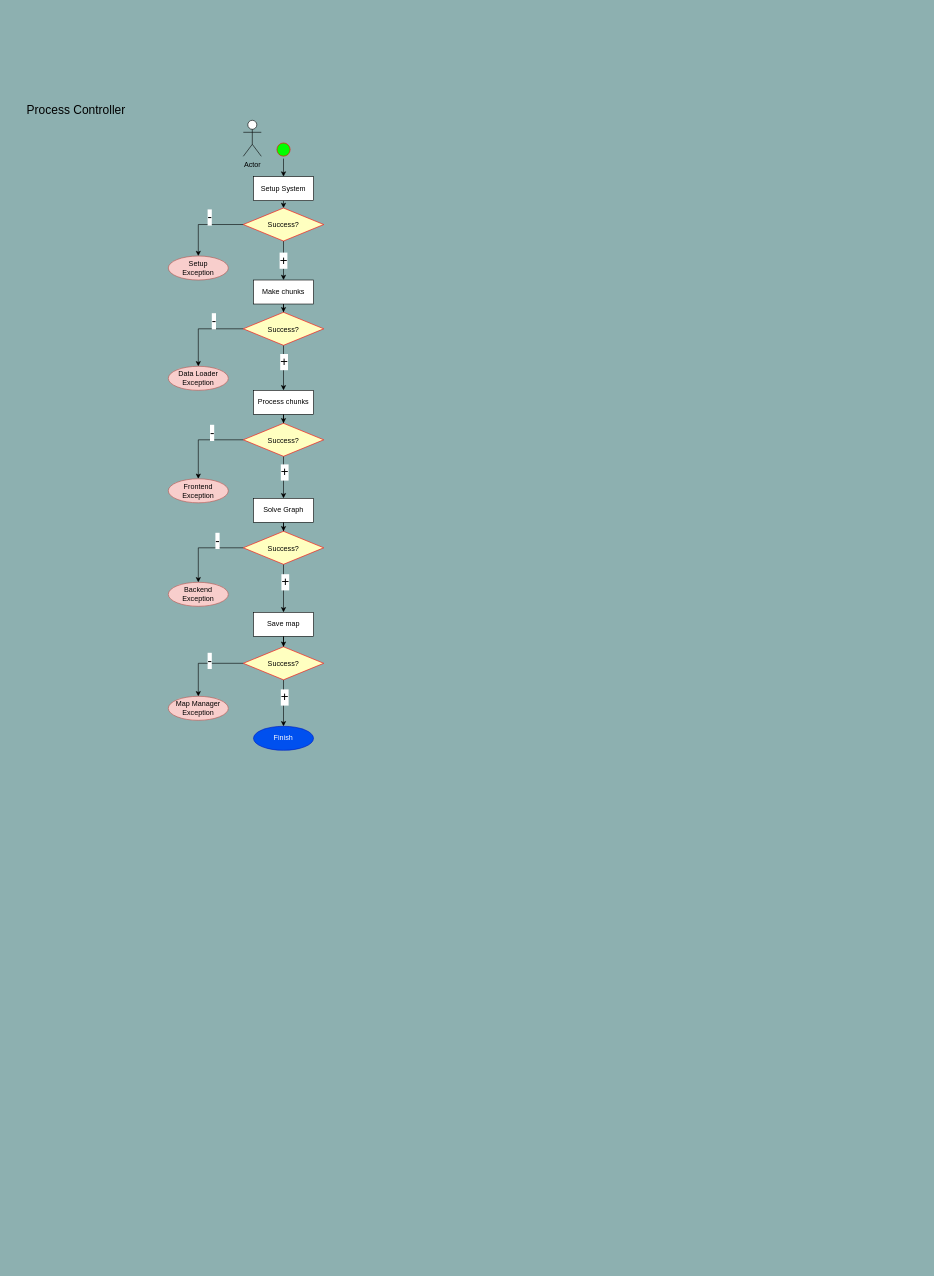
Before: diagrams/MainManager/ProcessController.drawio in fatrybl/ModuSLAM, a draw.io diagram. Source tidied: cells renumbered, new cells numbered last; positions are measured from the earlier drawing's top-left corner, leaving out a move shared by most shapes. Both pictures are drawn from the tidied source at 60%, with x=0, y=0 at pixel (21, 98).
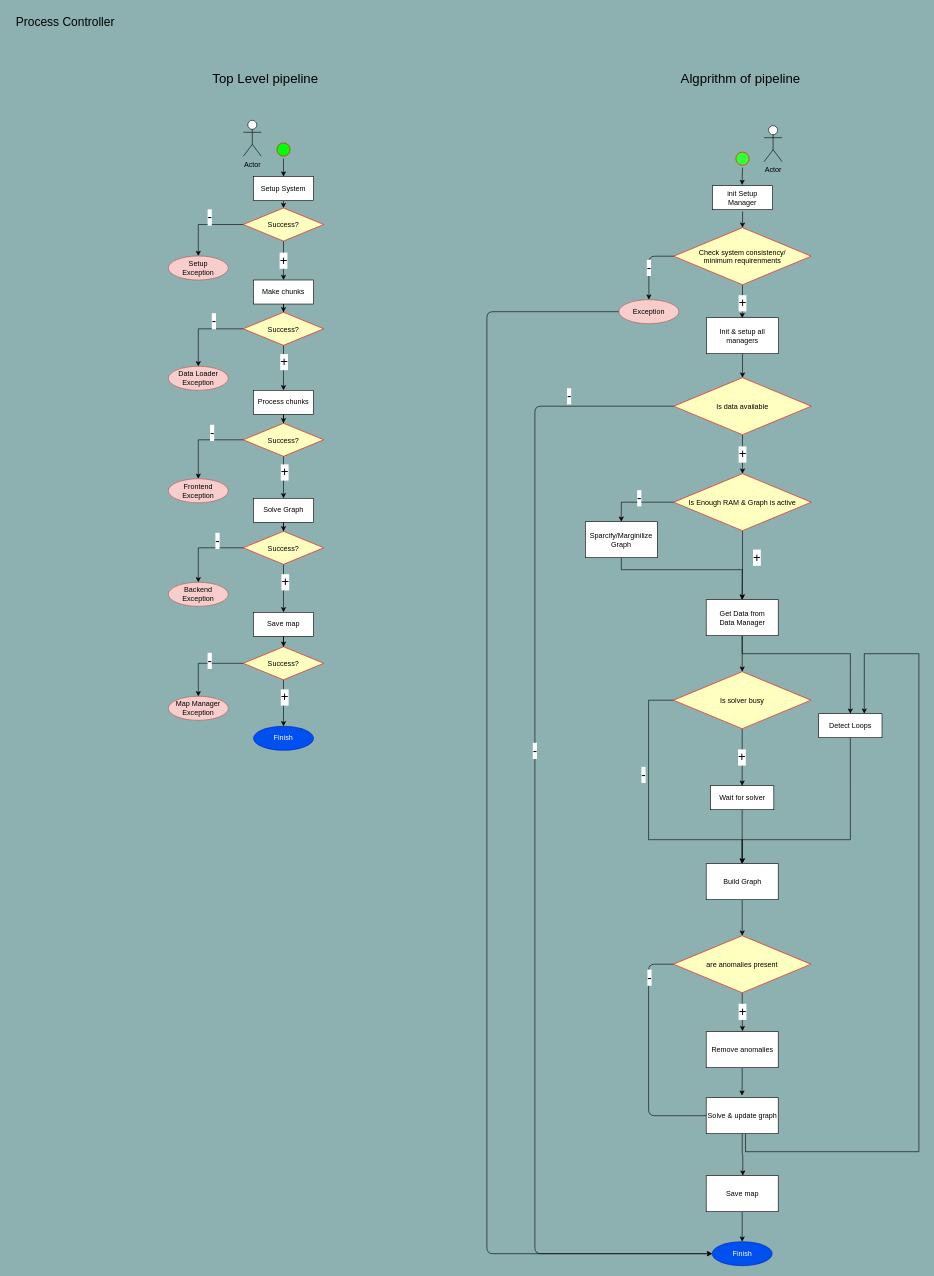
Above is the later version.

The edit, as a diff of the source:
```diff
@@
     <mxCell id="45" value="&lt;font style=&quot;font-size: 20px;&quot;&gt;Process Controller&lt;/font&gt;" style="text;html=1;strokeColor=none;fillColor=none;align=center;verticalAlign=middle;whiteSpace=wrap;rounded=0;" parent="1" vertex="1">
-      <mxGeometry width="183" height="37" as="geometry" />
+      <mxGeometry x="-18" y="-146" width="183" height="37" as="geometry" />
     </mxCell>
+    <mxCell id="46" style="edgeStyle=orthogonalEdgeStyle;jettySize=auto;html=1;exitX=0.5;exitY=1;exitDx=0;exitDy=0;entryX=0.496;entryY=0.012;entryDx=0;entryDy=0;entryPerimeter=0;" parent="1" edge="1" source="50" target="59">
+      <mxGeometry relative="1" as="geometry" />
+    </mxCell>
+    <mxCell id="47" value="&lt;font style=&quot;font-size: 22px;&quot;&gt;+&lt;/font&gt;" style="edgeLabel;html=1;align=center;verticalAlign=middle;" parent="46" vertex="1">
+      <mxGeometry x="0.09" relative="1" as="geometry" />
+    </mxCell>
+    <mxCell id="48" style="edgeStyle=orthogonalEdgeStyle;jettySize=auto;html=1;exitX=0;exitY=0.5;exitDx=0;exitDy=0;entryX=0.5;entryY=0;entryDx=0;entryDy=0;" parent="1" edge="1" source="50" target="56">
+      <mxGeometry relative="1" as="geometry" />
+    </mxCell>
+    <mxCell id="49" value="&lt;font style=&quot;font-size: 22px;&quot;&gt;-&lt;/font&gt;" style="edgeLabel;html=1;align=center;verticalAlign=middle;" parent="48" vertex="1">
+      <mxGeometry x="0.06" y="-1" relative="1" as="geometry" />
+    </mxCell>
+    <mxCell id="50" value="Check system consistency/&#10;minimum requirenments" style="rhombus;fillColor=#ffffc0;strokeColor=#ff0000;" parent="1" vertex="1">
+      <mxGeometry x="1087.5" y="216" width="229" height="95" as="geometry" />
+    </mxCell>
+    <mxCell id="51" style="edgeStyle=orthogonalEdgeStyle;jettySize=auto;html=1;exitX=0.5;exitY=1;exitDx=0;exitDy=0;entryX=0.493;entryY=-0.028;entryDx=0;entryDy=0;entryPerimeter=0;" parent="1" edge="1" source="52" target="54">
+      <mxGeometry relative="1" as="geometry" />
+    </mxCell>
+    <mxCell id="52" style="ellipse;shape=startState;fillColor=#33FF33;strokeColor=#ff0000;fontColor=#000000;" parent="1" vertex="1">
+      <mxGeometry x="1187" y="86" width="30" height="30" as="geometry" />
+    </mxCell>
+    <mxCell id="53" style="edgeStyle=orthogonalEdgeStyle;jettySize=auto;html=1;entryX=0.5;entryY=0;entryDx=0;entryDy=0;exitX=0.502;exitY=1.074;exitDx=0;exitDy=0;exitPerimeter=0;" parent="1" edge="1" source="54" target="50">
+      <mxGeometry relative="1" as="geometry" />
+    </mxCell>
+    <mxCell id="54" value="init Setup Manager" style="whiteSpace=wrap;html=1;align=center;" parent="1" vertex="1">
+      <mxGeometry x="1152" y="146" width="100" height="40" as="geometry" />
+    </mxCell>
+    <mxCell id="55" style="edgeStyle=orthogonalEdgeStyle;jettySize=auto;html=1;entryX=0;entryY=0.5;entryDx=0;entryDy=0;" parent="1" edge="1" source="56" target="74">
+      <mxGeometry relative="1" as="geometry">
+        <Array as="points">
+          <mxPoint x="776" y="356" />
+          <mxPoint x="776" y="1926" />
+        </Array>
+      </mxGeometry>
+    </mxCell>
+    <mxCell id="56" value="Exception" style="ellipse;whiteSpace=wrap;html=1;align=center;fillColor=#f8cecc;strokeColor=#b85450;" parent="1" vertex="1">
+      <mxGeometry x="996" y="336" width="100" height="40" as="geometry" />
+    </mxCell>
+    <mxCell id="57" value="Actor" style="shape=umlActor;verticalLabelPosition=bottom;verticalAlign=top;html=1;" parent="1" vertex="1">
+      <mxGeometry x="1238" y="46" width="30" height="60" as="geometry" />
+    </mxCell>
+    <mxCell id="58" style="edgeStyle=orthogonalEdgeStyle;jettySize=auto;html=1;entryX=0.5;entryY=0;entryDx=0;entryDy=0;" parent="1" edge="1" source="59" target="61">
+      <mxGeometry relative="1" as="geometry" />
+    </mxCell>
+    <mxCell id="59" value="Init &amp;amp; setup all managers" style="rounded=0;whiteSpace=wrap;html=1;" parent="1" vertex="1">
+      <mxGeometry x="1142" y="366" width="120" height="60" as="geometry" />
+    </mxCell>
+    <mxCell id="60" value="&lt;font style=&quot;font-size: 22px;&quot;&gt;+&lt;/font&gt;" style="edgeStyle=orthogonalEdgeStyle;rounded=0;jettySize=auto;html=1;exitX=0.5;exitY=1;exitDx=0;exitDy=0;entryX=0.5;entryY=0;entryDx=0;entryDy=0;" parent="1" edge="1" source="61" target="93">
+      <mxGeometry relative="1" as="geometry" />
+    </mxCell>
+    <mxCell id="61" value="Is data available" style="rhombus;fillColor=#ffffc0;strokeColor=#ff0000;" parent="1" vertex="1">
+      <mxGeometry x="1087.5" y="466" width="229" height="95" as="geometry" />
+    </mxCell>
+    <mxCell id="62" style="edgeStyle=orthogonalEdgeStyle;rounded=0;jettySize=auto;html=1;exitX=0.5;exitY=1;exitDx=0;exitDy=0;entryX=0.5;entryY=0;entryDx=0;entryDy=0;" parent="1" edge="1" source="64" target="73">
+      <mxGeometry relative="1" as="geometry" />
+    </mxCell>
+    <mxCell id="63" style="edgeStyle=orthogonalEdgeStyle;rounded=0;jettySize=auto;html=1;exitX=0.5;exitY=1;exitDx=0;exitDy=0;entryX=0.5;entryY=0;entryDx=0;entryDy=0;" parent="1" edge="1" source="64" target="89">
+      <mxGeometry relative="1" as="geometry">
+        <Array as="points">
+          <mxPoint x="1201.5" y="926" />
+          <mxPoint x="1381.5" y="926" />
+        </Array>
+      </mxGeometry>
+    </mxCell>
+    <mxCell id="64" value="Get Data from &lt;br&gt;Data Manager" style="rounded=0;whiteSpace=wrap;html=1;" parent="1" vertex="1">
+      <mxGeometry x="1141.5" y="836" width="120" height="60" as="geometry" />
+    </mxCell>
+    <mxCell id="65" style="edgeStyle=orthogonalEdgeStyle;jettySize=auto;html=1;" parent="1" edge="1" source="66" target="80">
+      <mxGeometry relative="1" as="geometry" />
+    </mxCell>
+    <mxCell id="66" value="Build Graph" style="rounded=0;whiteSpace=wrap;html=1;" parent="1" vertex="1">
+      <mxGeometry x="1141.5" y="1276" width="120" height="60" as="geometry" />
+    </mxCell>
+    <mxCell id="67" style="edgeStyle=orthogonalEdgeStyle;jettySize=auto;html=1;exitX=0;exitY=0.5;exitDx=0;exitDy=0;entryX=0;entryY=0.5;entryDx=0;entryDy=0;" parent="1" edge="1" source="61" target="74">
+      <mxGeometry relative="1" as="geometry">
+        <Array as="points">
+          <mxPoint x="856" y="513" />
+          <mxPoint x="856" y="1926" />
+        </Array>
+      </mxGeometry>
+    </mxCell>
+    <mxCell id="68" value="&lt;font style=&quot;font-size: 22px;&quot;&gt;-&lt;/font&gt;" style="edgeLabel;html=1;align=center;verticalAlign=middle;" parent="67" vertex="1">
+      <mxGeometry x="-0.17" y="-1" relative="1" as="geometry" />
+    </mxCell>
+    <mxCell id="69" value="&lt;font style=&quot;font-size: 22px;&quot;&gt;-&lt;/font&gt;" style="edgeLabel;html=1;align=center;verticalAlign=middle;" parent="67" vertex="1">
+      <mxGeometry x="-0.82" relative="1" as="geometry">
+        <mxPoint y="-17" as="offset" />
+      </mxGeometry>
+    </mxCell>
+    <mxCell id="70" value="&lt;font style=&quot;font-size: 22px;&quot;&gt;+&lt;/font&gt;" style="edgeStyle=orthogonalEdgeStyle;rounded=0;jettySize=auto;html=1;exitX=0.5;exitY=1;exitDx=0;exitDy=0;entryX=0.5;entryY=0;entryDx=0;entryDy=0;" parent="1" edge="1" source="73" target="76">
+      <mxGeometry relative="1" as="geometry" />
+    </mxCell>
+    <mxCell id="71" style="edgeStyle=orthogonalEdgeStyle;rounded=0;jettySize=auto;html=1;exitX=0;exitY=0.5;exitDx=0;exitDy=0;entryX=0.5;entryY=0;entryDx=0;entryDy=0;" parent="1" edge="1" source="73" target="66">
+      <mxGeometry relative="1" as="geometry">
+        <Array as="points">
+          <mxPoint x="1045.5" y="1004" />
+          <mxPoint x="1045.5" y="1236" />
+          <mxPoint x="1201.5" y="1236" />
+        </Array>
+      </mxGeometry>
+    </mxCell>
+    <mxCell id="72" value="&lt;font style=&quot;font-size: 22px;&quot;&gt;-&lt;/font&gt;" style="edgeLabel;html=1;align=center;verticalAlign=middle;" parent="71" vertex="1">
+      <mxGeometry x="-0.31" y="5" relative="1" as="geometry">
+        <mxPoint x="-14" y="3" as="offset" />
+      </mxGeometry>
+    </mxCell>
+    <mxCell id="73" value="Is solver busy" style="rhombus;fillColor=#ffffc0;strokeColor=#ff0000;" parent="1" vertex="1">
+      <mxGeometry x="1087" y="956" width="229" height="95" as="geometry" />
+    </mxCell>
+    <mxCell id="74" value="Finish" style="ellipse;whiteSpace=wrap;html=1;align=center;fillColor=#0050ef;strokeColor=#001DBC;fontColor=#ffffff;" parent="1" vertex="1">
+      <mxGeometry x="1151.5" y="1906" width="100" height="40" as="geometry" />
+    </mxCell>
+    <mxCell id="75" style="edgeStyle=orthogonalEdgeStyle;rounded=0;jettySize=auto;html=1;exitX=0.5;exitY=1;exitDx=0;exitDy=0;entryX=0.5;entryY=0;entryDx=0;entryDy=0;" parent="1" edge="1" source="76" target="66">
+      <mxGeometry relative="1" as="geometry" />
+    </mxCell>
+    <mxCell id="76" value="Wait for solver" style="rounded=0;whiteSpace=wrap;html=1;" parent="1" vertex="1">
+      <mxGeometry x="1148.7" y="1146" width="105.5" height="40" as="geometry" />
+    </mxCell>
+    <mxCell id="77" value="&lt;font style=&quot;font-size: 22px;&quot;&gt;+&lt;/font&gt;" style="edgeStyle=orthogonalEdgeStyle;jettySize=auto;html=1;entryX=0.504;entryY=-0.015;entryDx=0;entryDy=0;entryPerimeter=0;" parent="1" edge="1" source="80" target="82">
+      <mxGeometry relative="1" as="geometry" />
+    </mxCell>
+    <mxCell id="78" style="edgeStyle=orthogonalEdgeStyle;jettySize=auto;html=1;exitX=0;exitY=0.5;exitDx=0;exitDy=0;entryX=-0.011;entryY=0.465;entryDx=0;entryDy=0;entryPerimeter=0;" parent="1" edge="1" source="80" target="85">
+      <mxGeometry relative="1" as="geometry">
+        <Array as="points">
+          <mxPoint x="1045.5" y="1443" />
+          <mxPoint x="1045.5" y="1696" />
+          <mxPoint x="1146.5" y="1696" />
+        </Array>
+      </mxGeometry>
+    </mxCell>
+    <mxCell id="79" value="&lt;font style=&quot;font-size: 22px;&quot;&gt;-&lt;/font&gt;" style="edgeLabel;html=1;align=center;verticalAlign=middle;" parent="78" vertex="1">
+      <mxGeometry x="-0.69" y="1" relative="1" as="geometry" />
+    </mxCell>
+    <mxCell id="80" value="are anomalies present" style="rhombus;fillColor=#ffffc0;strokeColor=#ff0000;" parent="1" vertex="1">
+      <mxGeometry x="1087" y="1396" width="229" height="95" as="geometry" />
+    </mxCell>
+    <mxCell id="81" style="edgeStyle=orthogonalEdgeStyle;jettySize=auto;html=1;entryX=0.497;entryY=-0.057;entryDx=0;entryDy=0;entryPerimeter=0;" parent="1" edge="1" source="82" target="85">
+      <mxGeometry relative="1" as="geometry" />
+    </mxCell>
+    <mxCell id="82" value="Remove anomalies" style="rounded=0;whiteSpace=wrap;html=1;" parent="1" vertex="1">
+      <mxGeometry x="1141.5" y="1556" width="120" height="60" as="geometry" />
+    </mxCell>
+    <mxCell id="83" style="edgeStyle=orthogonalEdgeStyle;jettySize=auto;html=1;entryX=0.508;entryY=-0.002;entryDx=0;entryDy=0;entryPerimeter=0;" parent="1" edge="1" source="85" target="87">
+      <mxGeometry relative="1" as="geometry" />
+    </mxCell>
+    <mxCell id="84" style="edgeStyle=orthogonalEdgeStyle;jettySize=auto;html=1;rounded=0;entryX=0.72;entryY=0;entryDx=0;entryDy=0;entryPerimeter=0;" parent="1" edge="1" source="85" target="89">
+      <mxGeometry relative="1" as="geometry">
+        <Array as="points">
+          <mxPoint x="1207" y="1756" />
+          <mxPoint x="1496" y="1756" />
+          <mxPoint x="1496" y="926" />
+          <mxPoint x="1405" y="926" />
+        </Array>
+      </mxGeometry>
+    </mxCell>
+    <mxCell id="85" value="Solve &amp;amp; update graph" style="rounded=0;whiteSpace=wrap;html=1;" parent="1" vertex="1">
+      <mxGeometry x="1141.5" y="1666" width="120" height="60" as="geometry" />
+    </mxCell>
+    <mxCell id="86" style="edgeStyle=orthogonalEdgeStyle;jettySize=auto;html=1;entryX=0.5;entryY=0;entryDx=0;entryDy=0;" parent="1" edge="1" source="87" target="74">
+      <mxGeometry relative="1" as="geometry" />
+    </mxCell>
+    <mxCell id="87" value="Save map" style="rounded=0;whiteSpace=wrap;html=1;" parent="1" vertex="1">
+      <mxGeometry x="1141.5" y="1796" width="120" height="60" as="geometry" />
+    </mxCell>
+    <mxCell id="88" style="edgeStyle=orthogonalEdgeStyle;rounded=0;jettySize=auto;html=1;exitX=0.5;exitY=1;exitDx=0;exitDy=0;entryX=0.5;entryY=0;entryDx=0;entryDy=0;" parent="1" edge="1" source="89" target="66">
+      <mxGeometry relative="1" as="geometry">
+        <Array as="points">
+          <mxPoint x="1382.5" y="1236" />
+          <mxPoint x="1201.5" y="1236" />
+        </Array>
+      </mxGeometry>
+    </mxCell>
+    <mxCell id="89" value="Detect Loops" style="rounded=0;whiteSpace=wrap;html=1;" parent="1" vertex="1">
+      <mxGeometry x="1329" y="1026" width="105.5" height="40" as="geometry" />
+    </mxCell>
+    <mxCell id="90" value="&lt;font style=&quot;font-size: 22px;&quot;&gt;+&lt;/font&gt;" style="edgeStyle=orthogonalEdgeStyle;rounded=0;jettySize=auto;html=1;entryX=0.5;entryY=0;entryDx=0;entryDy=0;" parent="1" edge="1" source="93" target="64">
+      <mxGeometry x="-0.22" y="24" relative="1" as="geometry" />
+    </mxCell>
+    <mxCell id="91" style="edgeStyle=orthogonalEdgeStyle;rounded=0;jettySize=auto;html=1;exitX=0;exitY=0.5;exitDx=0;exitDy=0;entryX=0.5;entryY=0;entryDx=0;entryDy=0;" parent="1" edge="1" source="93" target="95">
+      <mxGeometry relative="1" as="geometry" />
+    </mxCell>
+    <mxCell id="92" value="&lt;font style=&quot;font-size: 22px;&quot;&gt;-&lt;/font&gt;" style="edgeLabel;html=1;align=center;verticalAlign=middle;" parent="91" vertex="1">
+      <mxGeometry x="0.08" relative="1" as="geometry">
+        <mxPoint x="7" y="-7" as="offset" />
+      </mxGeometry>
+    </mxCell>
+    <mxCell id="93" value="Is Enough RAM &amp; Graph is active" style="rhombus;fillColor=#ffffc0;strokeColor=#ff0000;" parent="1" vertex="1">
+      <mxGeometry x="1087.5" y="626" width="229" height="95" as="geometry" />
+    </mxCell>
+    <mxCell id="94" style="edgeStyle=orthogonalEdgeStyle;rounded=0;jettySize=auto;html=1;entryX=0.5;entryY=0;entryDx=0;entryDy=0;" parent="1" edge="1" source="95" target="64">
+      <mxGeometry relative="1" as="geometry">
+        <Array as="points">
+          <mxPoint x="1000" y="786" />
+          <mxPoint x="1202" y="786" />
+        </Array>
+      </mxGeometry>
+    </mxCell>
+    <mxCell id="95" value="Sparcify/Marginilize Graph" style="rounded=0;whiteSpace=wrap;html=1;" parent="1" vertex="1">
+      <mxGeometry x="940" y="706" width="120" height="60" as="geometry" />
+    </mxCell>
+    <mxCell id="96" value="&lt;font style=&quot;font-size: 22px;&quot;&gt;Top Level pipeline&lt;/font&gt;" style="text;html=1;strokeColor=none;fillColor=none;align=center;verticalAlign=middle;whiteSpace=wrap;rounded=0;" parent="1" vertex="1">
+      <mxGeometry x="310" y="-47" width="194" height="30" as="geometry" />
+    </mxCell>
+    <mxCell id="97" value="&lt;span style=&quot;font-size: 22px;&quot;&gt;Algprithm of pipeline&lt;/span&gt;" style="text;html=1;strokeColor=none;fillColor=none;align=center;verticalAlign=middle;whiteSpace=wrap;rounded=0;" parent="1" vertex="1">
+      <mxGeometry x="1083" y="-47" width="232" height="30" as="geometry" />
+    </mxCell>
```
